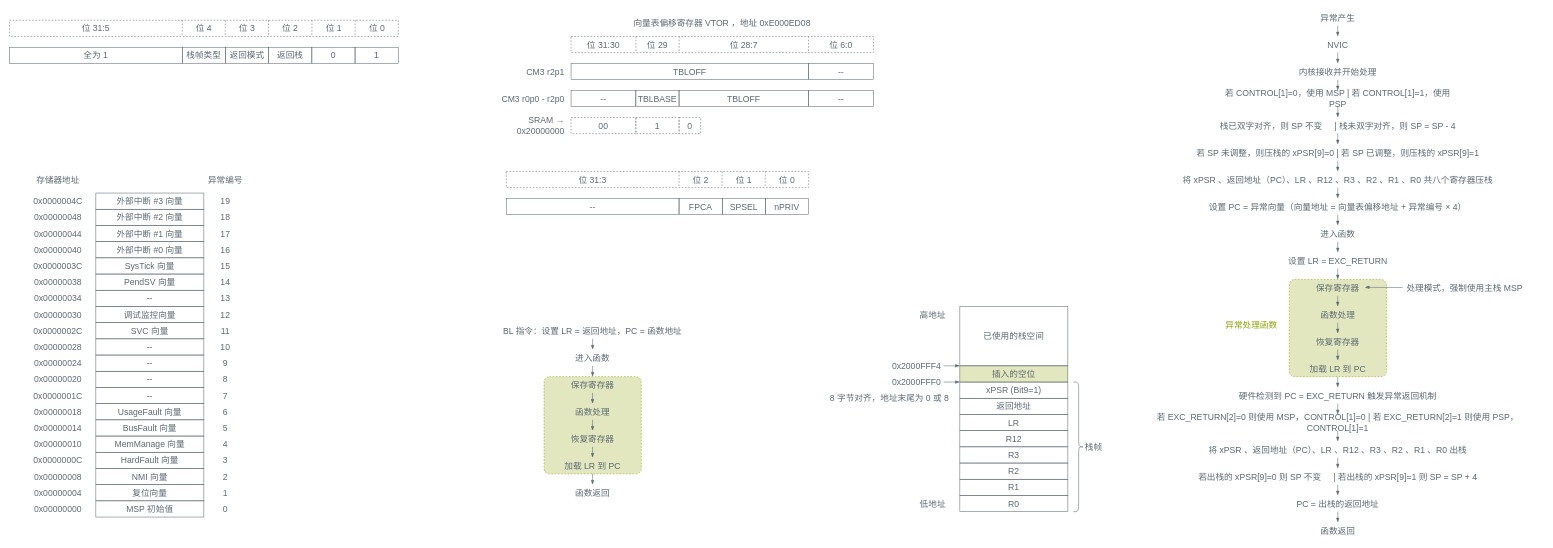
Before: content/posts/stm32-it/stm32-it.drawio in kingtuo123/blog, a draw.io diagram. Source tidied: cells renumbered, new cells numbered last; positions are measured from the earlier drawing's top-left corner, leaving out a move shared by most shapes. Both pictures are drawn from the tidied source at 54%, with x=0, y=0 at pixel (9, 9).
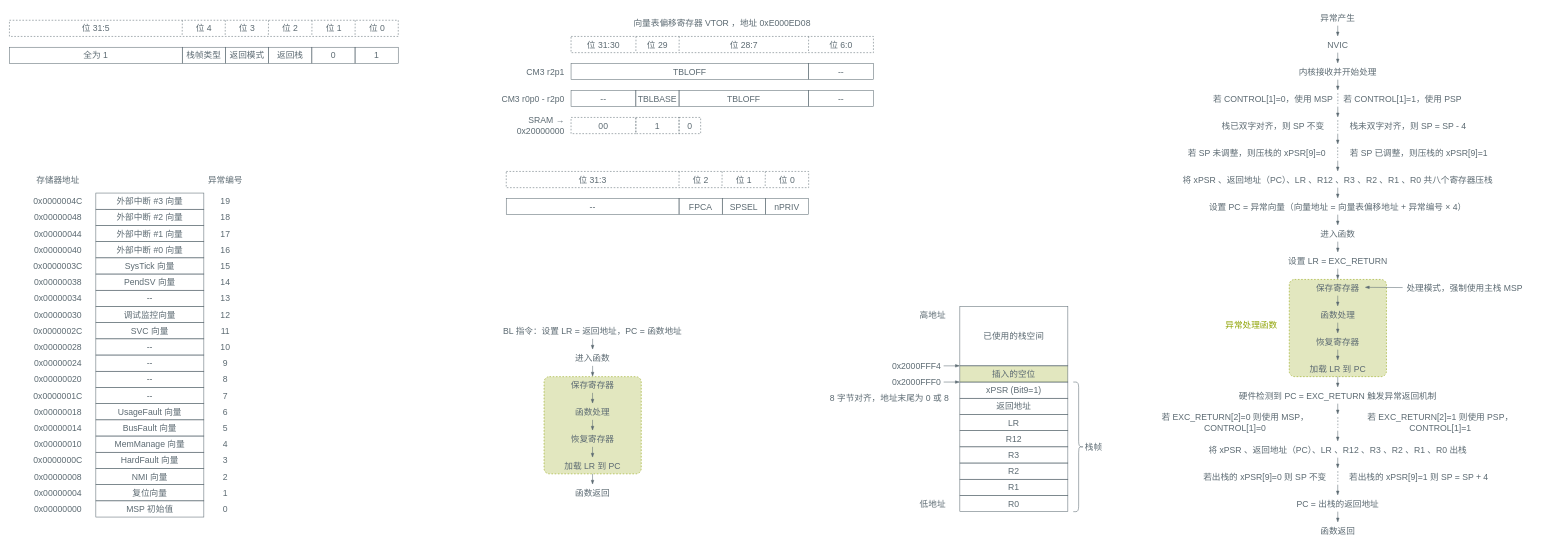
Above is the later version.

What changed in the source:
```diff
@@
-    <mxCell id="141" value="若 SP 未调整，则压栈的 xPSR[9]=0 | 若 SP 已调整，则压栈的&amp;nbsp;xPSR[9]=1" style="rounded=0;whiteSpace=wrap;html=1;fillColor=none;strokeColor=none;fontFamily=LXGW WenKai Mono;fontSize=16;fontColor=light-dark(#5C6A72,#D3C6AA);fillOpacity=25;align=center;" parent="1" vertex="1">
-      <mxGeometry x="2160" y="250" width="600" height="30" as="geometry" />
+    <mxCell id="141" value="若 SP 未调整，则压栈的 xPSR[9]=0" style="rounded=0;whiteSpace=wrap;html=1;fillColor=none;strokeColor=none;fontFamily=LXGW WenKai Mono;fontSize=16;fontColor=light-dark(#5C6A72,#D3C6AA);fillOpacity=25;align=center;" parent="1" vertex="1">
+      <mxGeometry x="2160" y="250" width="300" height="30" as="geometry" />
     </mxCell>
-    <mxCell id="142" value="栈已双字对齐，则 SP 不变&amp;nbsp; &amp;nbsp; &amp;nbsp;| 栈未双字对齐，则 SP = SP - 4" style="rounded=0;whiteSpace=wrap;html=1;fillColor=none;strokeColor=none;fontFamily=LXGW WenKai Mono;fontSize=16;fontColor=light-dark(#5C6A72,#D3C6AA);fillOpacity=25;align=center;" parent="1" vertex="1">
-      <mxGeometry x="2200" y="200" width="520" height="30" as="geometry" />
+    <mxCell id="142" value="栈已双字对齐，则 SP 不变" style="rounded=0;whiteSpace=wrap;html=1;fillColor=none;strokeColor=none;fontFamily=LXGW WenKai Mono;fontSize=16;fontColor=light-dark(#5C6A72,#D3C6AA);fillOpacity=25;align=center;" parent="1" vertex="1">
+      <mxGeometry x="2220" y="200" width="240" height="30" as="geometry" />
     </mxCell>
@@
-    <mxCell id="174" value="&lt;font&gt;&lt;font style=&quot;color: light-dark(rgb(92, 106, 114), rgb(211, 198, 170));&quot;&gt;若 CONTROL[1]=0，使用 MSP | 若&amp;nbsp;&lt;/font&gt;CONTROL[1]=1，使用 PSP&lt;/font&gt;" style="rounded=0;whiteSpace=wrap;html=1;fillColor=none;strokeColor=none;fontFamily=LXGW WenKai Mono;fontSize=16;fontColor=light-dark(#5C6A72,#D3C6AA);fillOpacity=25;align=center;" parent="1" vertex="1">
-      <mxGeometry x="2240" y="150" width="440" height="30" as="geometry" />
+    <mxCell id="174" value="&lt;font&gt;&lt;font style=&quot;color: light-dark(rgb(92, 106, 114), rgb(211, 198, 170));&quot;&gt;若 CONTROL[1]=0，使用 MSP&lt;/font&gt;&lt;/font&gt;" style="rounded=0;whiteSpace=wrap;html=1;fillColor=none;strokeColor=none;fontFamily=LXGW WenKai Mono;fontSize=16;fontColor=light-dark(#5C6A72,#D3C6AA);fillOpacity=25;align=center;" parent="1" vertex="1">
+      <mxGeometry x="2220" y="150" width="240" height="30" as="geometry" />
     </mxCell>
@@
-    <mxCell id="179" value="&lt;font style=&quot;color: light-dark(rgb(92, 106, 114), rgb(211, 198, 170));&quot;&gt;若 EXC_RETURN[2]=0 则使用 MSP，CONTROL[1]=0&amp;nbsp;|&amp;nbsp;&lt;/font&gt;若 EXC_RETURN[2]=1 则使用 PSP，CONTROL[1]=1" style="rounded=0;whiteSpace=wrap;html=1;fillColor=none;strokeColor=none;fontFamily=LXGW WenKai Mono;fontSize=16;fontColor=light-dark(#5C6A72,#D3C6AA);fillOpacity=25;" parent="1" vertex="1">
-      <mxGeometry x="2080" y="750" width="760" height="30" as="geometry" />
+    <mxCell id="179" value="&lt;font style=&quot;color: light-dark(rgb(92, 106, 114), rgb(211, 198, 170));&quot;&gt;若 EXC_RETURN[2]=0 则使用 MSP，CONTROL[1]=0&lt;/font&gt;" style="rounded=0;whiteSpace=wrap;html=1;fillColor=none;strokeColor=none;fontFamily=LXGW WenKai Mono;fontSize=16;fontColor=light-dark(#5C6A72,#D3C6AA);fillOpacity=25;" parent="1" vertex="1">
+      <mxGeometry x="2080" y="750" width="380" height="30" as="geometry" />
     </mxCell>
@@
-    <mxCell id="181" value="&lt;font style=&quot;color: light-dark(rgb(92, 106, 114), rgb(211, 198, 170));&quot;&gt;若出栈的 xPSR[9]=0 则 SP 不变&amp;nbsp; &amp;nbsp; &amp;nbsp;|&amp;nbsp;&lt;/font&gt;若出栈的 xPSR[9]=1 则 SP = SP + 4" style="rounded=0;whiteSpace=wrap;html=1;fillColor=none;strokeColor=none;fontFamily=LXGW WenKai Mono;fontSize=16;fontColor=light-dark(#5C6A72,#D3C6AA);fillOpacity=25;" parent="1" vertex="1">
-      <mxGeometry x="2160" y="850" width="600" height="30" as="geometry" />
+    <mxCell id="181" value="&lt;font style=&quot;color: light-dark(rgb(92, 106, 114), rgb(211, 198, 170));&quot;&gt;若出栈的 xPSR[9]=0 则 SP 不变&lt;/font&gt;" style="rounded=0;whiteSpace=wrap;html=1;fillColor=none;strokeColor=none;fontFamily=LXGW WenKai Mono;fontSize=16;fontColor=light-dark(#5C6A72,#D3C6AA);fillOpacity=25;" parent="1" vertex="1">
+      <mxGeometry x="2190" y="850" width="270" height="30" as="geometry" />
     </mxCell>
@@
+    <mxCell id="191" value="&lt;font&gt;&lt;font style=&quot;color: light-dark(rgb(92, 106, 114), rgb(211, 198, 170));&quot;&gt;若&amp;nbsp;&lt;/font&gt;CONTROL[1]=1，使用 PSP&lt;/font&gt;" style="rounded=0;whiteSpace=wrap;html=1;fillColor=none;strokeColor=none;fontFamily=LXGW WenKai Mono;fontSize=16;fontColor=light-dark(#5C6A72,#D3C6AA);fillOpacity=25;align=center;" parent="1" vertex="1">
+      <mxGeometry x="2460" y="150" width="240" height="30" as="geometry" />
+    </mxCell>
+    <mxCell id="192" style="endArrow=none;html=1;rounded=0;dashed=1;strokeColor=light-dark(#5C6A72,#D3C6AA);" parent="1" edge="1">
+      <mxGeometry relative="1" as="geometry">
+        <mxPoint x="2460" y="155" as="sourcePoint" />
+        <mxPoint x="2460" y="175" as="targetPoint" />
+      </mxGeometry>
+    </mxCell>
+    <mxCell id="193" value="栈未双字对齐，则 SP = SP - 4" style="rounded=0;whiteSpace=wrap;html=1;fillColor=none;strokeColor=none;fontFamily=LXGW WenKai Mono;fontSize=16;fontColor=light-dark(#5C6A72,#D3C6AA);fillOpacity=25;align=center;" parent="1" vertex="1">
+      <mxGeometry x="2460" y="200" width="260" height="30" as="geometry" />
+    </mxCell>
+    <mxCell id="194" style="endArrow=none;html=1;rounded=0;dashed=1;strokeColor=light-dark(#5C6A72,#D3C6AA);" parent="1" edge="1">
+      <mxGeometry relative="1" as="geometry">
+        <mxPoint x="2459.9" y="205" as="sourcePoint" />
+        <mxPoint x="2459.9" y="225" as="targetPoint" />
+      </mxGeometry>
+    </mxCell>
+    <mxCell id="195" value="若 SP 已调整，则压栈的&amp;nbsp;xPSR[9]=1" style="rounded=0;whiteSpace=wrap;html=1;fillColor=none;strokeColor=none;fontFamily=LXGW WenKai Mono;fontSize=16;fontColor=light-dark(#5C6A72,#D3C6AA);fillOpacity=25;align=center;" parent="1" vertex="1">
+      <mxGeometry x="2460" y="250" width="300" height="30" as="geometry" />
+    </mxCell>
+    <mxCell id="196" style="endArrow=none;html=1;rounded=0;dashed=1;strokeColor=light-dark(#5C6A72,#D3C6AA);" parent="1" edge="1">
+      <mxGeometry relative="1" as="geometry">
+        <mxPoint x="2459.7" y="255" as="sourcePoint" />
+        <mxPoint x="2459.7" y="275" as="targetPoint" />
+      </mxGeometry>
+    </mxCell>
+    <mxCell id="197" value="若 EXC_RETURN[2]=1 则使用 PSP，CONTROL[1]=1" style="rounded=0;whiteSpace=wrap;html=1;fillColor=none;strokeColor=none;fontFamily=LXGW WenKai Mono;fontSize=16;fontColor=light-dark(#5C6A72,#D3C6AA);fillOpacity=25;" parent="1" vertex="1">
+      <mxGeometry x="2460" y="750" width="380" height="30" as="geometry" />
+    </mxCell>
+    <mxCell id="198" style="endArrow=none;html=1;rounded=0;dashed=1;strokeColor=light-dark(#5C6A72,#D3C6AA);" parent="1" edge="1">
+      <mxGeometry relative="1" as="geometry">
+        <mxPoint x="2460" y="755" as="sourcePoint" />
+        <mxPoint x="2460" y="775" as="targetPoint" />
+      </mxGeometry>
+    </mxCell>
+    <mxCell id="199" value="若出栈的 xPSR[9]=1 则 SP = SP + 4" style="rounded=0;whiteSpace=wrap;html=1;fillColor=none;strokeColor=none;fontFamily=LXGW WenKai Mono;fontSize=16;fontColor=light-dark(#5C6A72,#D3C6AA);fillOpacity=25;" parent="1" vertex="1">
+      <mxGeometry x="2460" y="850" width="300" height="30" as="geometry" />
+    </mxCell>
+    <mxCell id="200" style="endArrow=none;html=1;rounded=0;dashed=1;strokeColor=light-dark(#5C6A72,#D3C6AA);" parent="1" edge="1">
+      <mxGeometry relative="1" as="geometry">
+        <mxPoint x="2460" y="855" as="sourcePoint" />
+        <mxPoint x="2460" y="875" as="targetPoint" />
+      </mxGeometry>
+    </mxCell>
```
